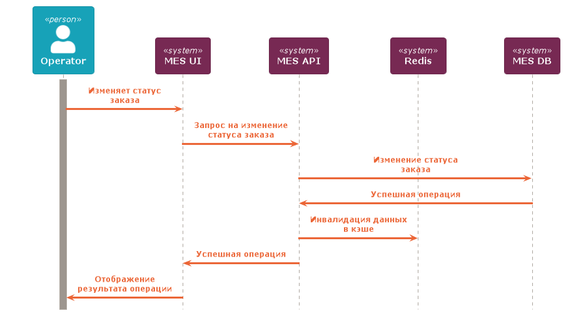
The PlantUML diagram task5/diagrams/Изменение статуса заказа.png in reverdp/architecture-pro-alexandrite, before a commit.
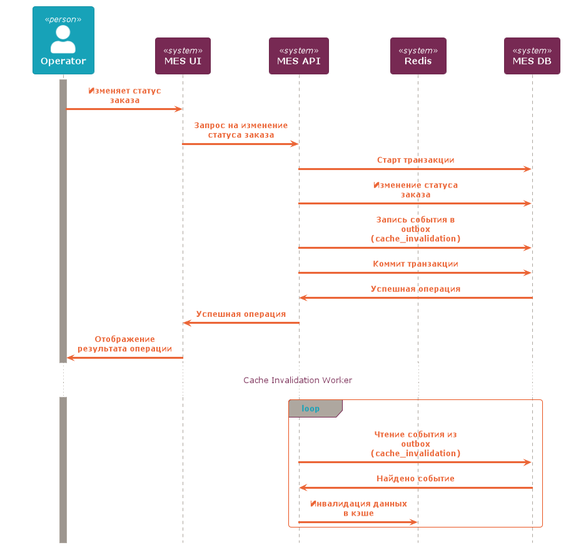
The same file after the commit.

Commit message:
Cache invalidation method in task 5 has been improved

What changed in the source:
```diff
@@ -13,10 +13,17 @@
 Rel(Operator, MES_UI, "Изменяет статус заказа")
 Rel(MES_UI, MES_API, "Запрос на изменение статуса заказа")
 
+Rel(MES_API, MES_DB, "Старт транзакции")
 Rel(MES_API, MES_DB, "Изменение статуса заказа")
+Rel(MES_API, MES_DB, "Запись события в outbox (cache_invalidation)")
+Rel(MES_API, MES_DB, "Коммит транзакции")
 Rel(MES_DB, MES_API, "Успешная операция")
-Rel(MES_API, Redis, "Инвалидация данных в кэше")
 Rel(MES_API, MES_UI, "Успешная операция")
 Rel(MES_UI, Operator, "Отображение результата операции")
-
+... Cache Invalidation Worker ...
+loop
+Rel(MES_API, MES_DB, "Чтение события из outbox (cache_invalidation)")
+Rel(MES_DB, MES_API, "Найдено событие")
+Rel(MES_API, Redis, "Инвалидация данных в кэше")
+end
 @enduml
```
